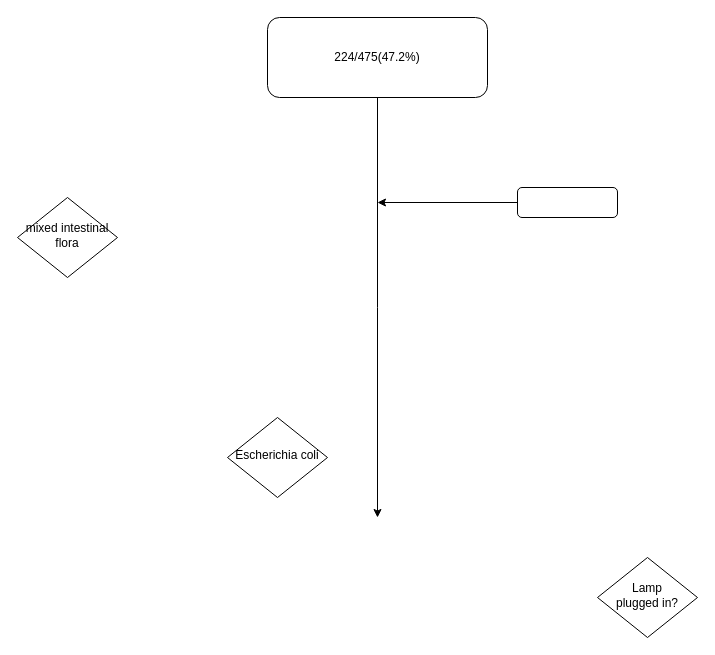
Earlier version of the draw.io diagram qqqqq.drawio (elfKiller3/writing_functions_in_r). Source tidied: cells renumbered, new cells numbered last; positions are measured from the earlier drawing's top-left corner, leaving out a move shared by most shapes. Both pictures are drawn from the tidied source at 100%, with x=0, y=0 at pixel (17, 17).
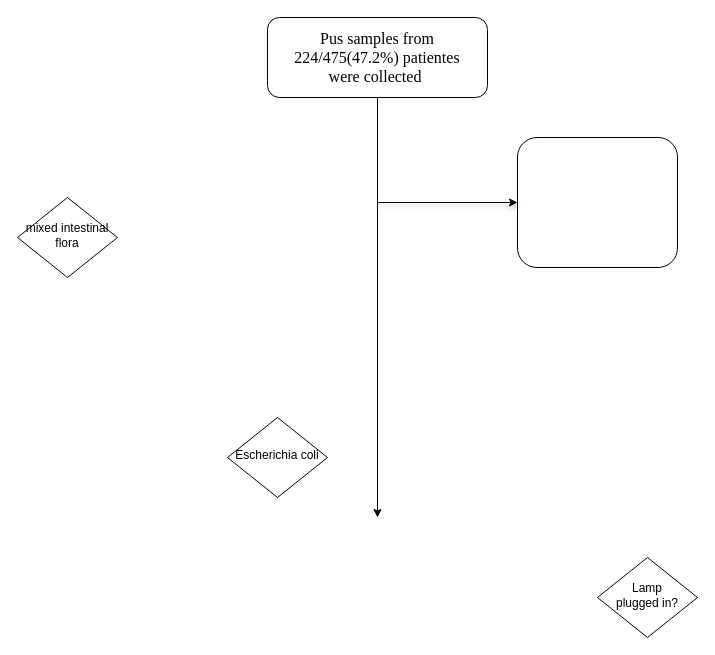
The same diagram, later.

Change to the diagram source:
```diff
@@
 <mxGraphModel>
   <root>
     <mxCell id="0" />
     <mxCell id="1" parent="0" />
     <mxCell id="2" style="edgeStyle=orthogonalEdgeStyle;rounded=0;jettySize=auto;html=1;" parent="1" edge="1" source="3">
       <mxGeometry relative="1" as="geometry">
         <mxPoint x="360" y="500" as="targetPoint" />
         <Array as="points">
           <mxPoint x="360" y="290" />
           <mxPoint x="360" y="290" />
         </Array>
       </mxGeometry>
     </mxCell>
-    <mxCell id="3" value="224/475(47.2%)" style="rounded=1;whiteSpace=wrap;html=1;fontSize=12;glass=0;strokeWidth=1;shadow=0;" parent="1" vertex="1">
+    <mxCell id="3" value="&lt;font style=&quot;font-size: 16px;&quot; face=&quot;Times New Roman&quot;&gt;Pus samples from&lt;br&gt;224/475(47.2%) patientes&lt;br&gt;were&amp;nbsp;collected&amp;nbsp;&lt;/font&gt;" style="rounded=1;whiteSpace=wrap;html=1;fontSize=12;glass=0;strokeWidth=1;shadow=0;" parent="1" vertex="1">
       <mxGeometry x="250" width="220" height="80" as="geometry" />
     </mxCell>
     <mxCell id="4" value="mixed intestinal&lt;br&gt;flora" style="rhombus;whiteSpace=wrap;html=1;shadow=0;fontFamily=Helvetica;fontSize=12;align=center;strokeWidth=1;spacing=6;spacingTop=-4;" parent="1" vertex="1">
       <mxGeometry y="180" width="100" height="80" as="geometry" />
     </mxCell>
     <mxCell id="5" value="Escherichia coli" style="rhombus;whiteSpace=wrap;html=1;shadow=0;fontFamily=Helvetica;fontSize=12;align=center;strokeWidth=1;spacing=6;spacingTop=-4;" parent="1" vertex="1">
       <mxGeometry x="210" y="400" width="100" height="80" as="geometry" />
     </mxCell>
     <mxCell id="6" value="Lamp&lt;br&gt;plugged in?" style="rhombus;whiteSpace=wrap;html=1;shadow=0;fontFamily=Helvetica;fontSize=12;align=center;strokeWidth=1;spacing=6;spacingTop=-4;" parent="1" vertex="1">
       <mxGeometry x="580" y="540" width="100" height="80" as="geometry" />
     </mxCell>
+    <mxCell id="8" style="rounded=1;whiteSpace=wrap;html=1;" parent="1" vertex="1">
+      <mxGeometry x="500" y="120" width="160" height="130" as="geometry" />
+    </mxCell>
-    <mxCell id="7" style="rounded=0;jettySize=auto;html=1;shadow=0;" parent="1" edge="1" source="8">
+    <mxCell id="7" style="rounded=0;jettySize=auto;html=1;shadow=1;" parent="1" edge="1" target="8">
       <mxGeometry relative="1" as="geometry">
-        <mxPoint x="360" y="185" as="targetPoint" />
+        <mxPoint x="360" y="185" as="sourcePoint" />
       </mxGeometry>
     </mxCell>
-    <mxCell id="8" style="rounded=1;whiteSpace=wrap;html=1;" parent="1" vertex="1">
-      <mxGeometry x="500" y="170" width="100" height="30" as="geometry" />
-    </mxCell>
   </root>
 </mxGraphModel>
```
